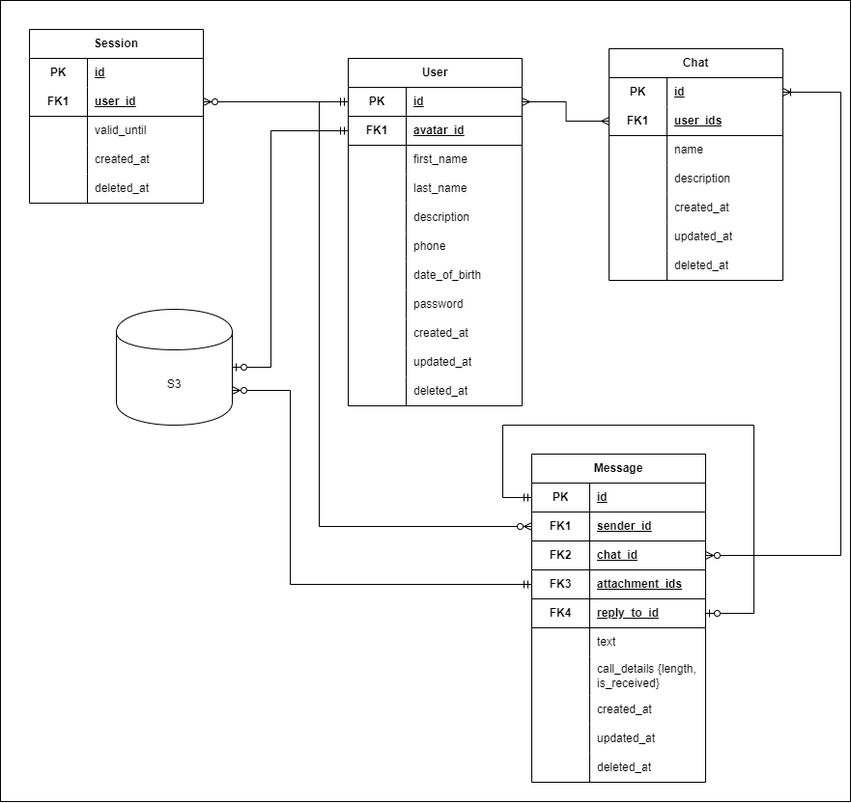
Before: db_logical_user.drawio.png, a diagram exported from draw.io (Petr09Mitin/technopark-highload-course-proj). Source tidied: cells renumbered, new cells last; positions are measured from the earlier drawing's top-left corner, leaving out a move shared by most shapes.
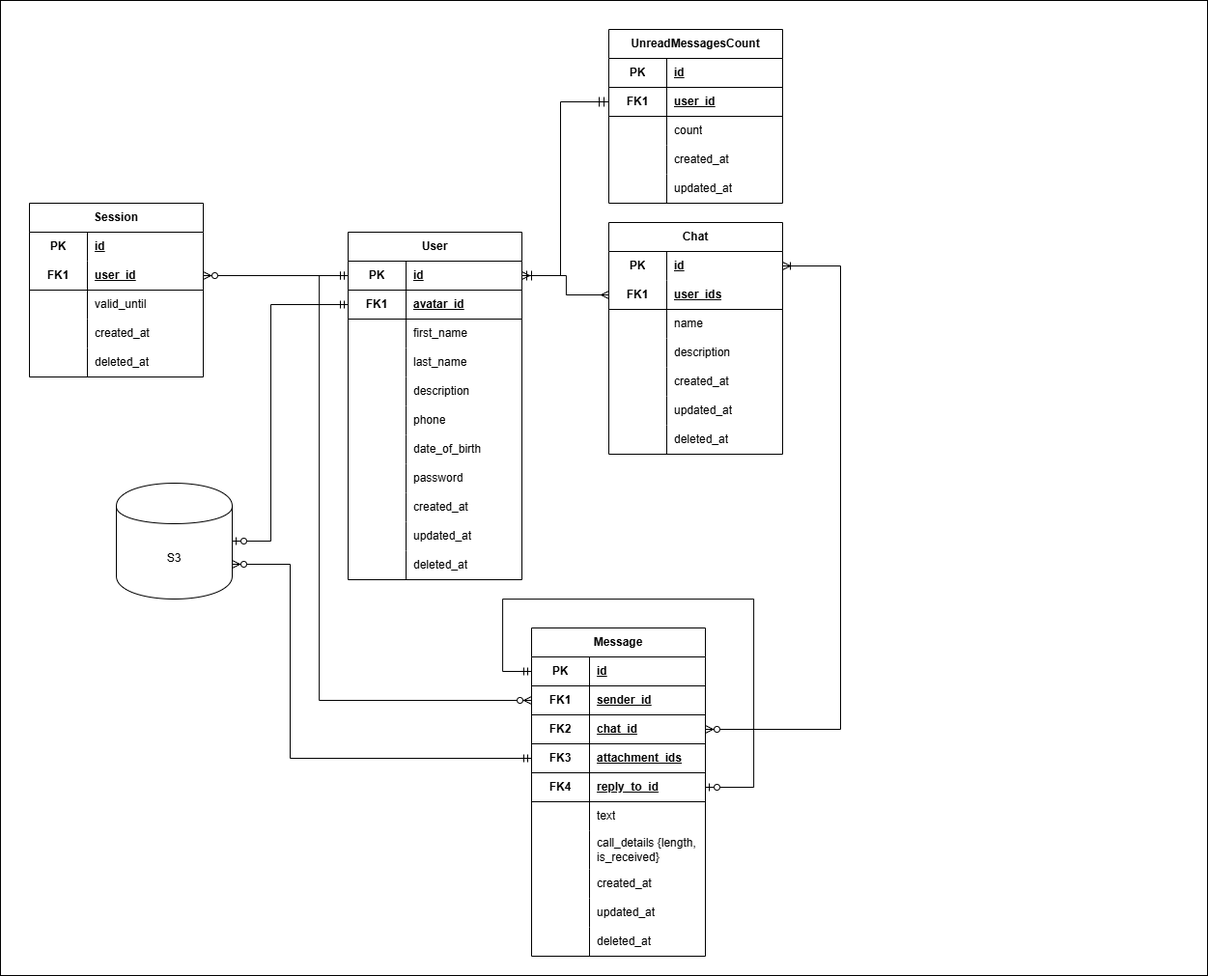
The same file after the commit.

Change to the diagram source:
```diff
@@ -3,7 +3,7 @@
     <mxCell id="0" />
     <mxCell id="1" parent="0" />
     <mxCell id="2" style="rounded=0;whiteSpace=wrap;html=1;" parent="1" vertex="1">
-      <mxGeometry width="880" height="830" as="geometry" />
+      <mxGeometry y="-180" width="1250" height="1010" as="geometry" />
     </mxCell>
     <mxCell id="3" value="User" style="shape=table;startSize=30;rowLines=0;fontStyle=1;align=center;html=1;whiteSpace=wrap;" parent="1" vertex="1">
       <mxGeometry x="360" y="60" width="180" height="360" as="geometry" />
@@ -372,5 +372,60 @@
     <mxCell id="113" style="edgeStyle=elbowEdgeStyle;fontSize=12;html=1;endArrow=ERmany;startArrow=ERmany;rounded=0;exitX=1;exitY=0.5;exitDx=0;exitDy=0;entryX=0;entryY=0.5;entryDx=0;entryDy=0;" parent="1" edge="1" source="4" target="73">
       <mxGeometry relative="1" as="geometry" />
     </mxCell>
+    <mxCell id="114" value="UnreadMessagesCount" style="shape=table;startSize=30;rowLines=0;fontStyle=1;align=center;html=1;whiteSpace=wrap;" parent="1" vertex="1">
+      <mxGeometry x="630" y="-150" width="180" height="180" as="geometry" />
+    </mxCell>
+    <mxCell id="115" style="shape=tableRow;horizontal=0;startSize=0;swimlaneHead=0;swimlaneBody=0;fillColor=none;top=0;left=0;right=0;bottom=1;html=1;" parent="114" vertex="1">
+      <mxGeometry y="30" width="180" height="30" as="geometry" />
+    </mxCell>
+    <mxCell id="116" value="PK" style="shape=partialRectangle;fillColor=none;top=0;left=0;bottom=0;right=0;fontStyle=1;overflow=hidden;html=1;whiteSpace=wrap;" parent="115" vertex="1">
+      <mxGeometry width="60" height="30" as="geometry" />
+    </mxCell>
+    <mxCell id="117" value="id" style="shape=partialRectangle;fillColor=none;top=0;left=0;bottom=0;right=0;align=left;spacingLeft=6;fontStyle=5;overflow=hidden;html=1;whiteSpace=wrap;" parent="115" vertex="1">
+      <mxGeometry x="60" width="120" height="30" as="geometry" />
+    </mxCell>
+    <mxCell id="118" style="shape=tableRow;horizontal=0;startSize=0;swimlaneHead=0;swimlaneBody=0;fillColor=none;points=[[0,0.5],[1,0.5]];portConstraint=eastwest;top=0;left=0;right=0;bottom=1;html=1;" parent="114" vertex="1">
+      <mxGeometry y="60" width="180" height="30" as="geometry" />
+    </mxCell>
+    <mxCell id="119" value="FK1" style="shape=partialRectangle;fillColor=none;top=0;left=0;bottom=0;right=0;fontStyle=1;overflow=hidden;html=1;whiteSpace=wrap;" parent="118" vertex="1">
+      <mxGeometry width="60" height="30" as="geometry" />
+    </mxCell>
+    <mxCell id="120" value="user_id" style="shape=partialRectangle;fillColor=none;top=0;left=0;bottom=0;right=0;align=left;spacingLeft=6;fontStyle=5;overflow=hidden;html=1;whiteSpace=wrap;" parent="118" vertex="1">
+      <mxGeometry x="60" width="120" height="30" as="geometry" />
+    </mxCell>
+    <mxCell id="121" style="shape=tableRow;horizontal=0;startSize=0;swimlaneHead=0;swimlaneBody=0;fillColor=none;top=0;left=0;right=0;bottom=0;html=1;" parent="114" vertex="1">
+      <mxGeometry y="90" width="180" height="30" as="geometry" />
+    </mxCell>
+    <mxCell id="122" style="shape=partialRectangle;fillColor=none;top=0;left=0;bottom=0;right=0;overflow=hidden;html=1;whiteSpace=wrap;" parent="121" vertex="1">
+      <mxGeometry width="60" height="30" as="geometry" />
+    </mxCell>
+    <mxCell id="123" value="count" style="shape=partialRectangle;fillColor=none;top=0;left=0;bottom=0;right=0;align=left;spacingLeft=6;overflow=hidden;html=1;whiteSpace=wrap;" parent="121" vertex="1">
+      <mxGeometry x="60" width="120" height="30" as="geometry" />
+    </mxCell>
+    <mxCell id="124" style="shape=tableRow;horizontal=0;startSize=0;swimlaneHead=0;swimlaneBody=0;fillColor=none;top=0;left=0;right=0;bottom=0;html=1;" parent="114" vertex="1">
+      <mxGeometry y="120" width="180" height="30" as="geometry" />
+    </mxCell>
+    <mxCell id="125" style="shape=partialRectangle;fillColor=none;top=0;left=0;bottom=0;right=0;overflow=hidden;html=1;whiteSpace=wrap;" parent="124" vertex="1">
+      <mxGeometry width="60" height="30" as="geometry" />
+    </mxCell>
+    <mxCell id="126" value="created_at" style="shape=partialRectangle;fillColor=none;top=0;left=0;bottom=0;right=0;align=left;spacingLeft=6;overflow=hidden;html=1;whiteSpace=wrap;" parent="124" vertex="1">
+      <mxGeometry x="60" width="120" height="30" as="geometry" />
+    </mxCell>
+    <mxCell id="127" style="shape=tableRow;horizontal=0;startSize=0;swimlaneHead=0;swimlaneBody=0;fillColor=none;top=0;left=0;right=0;bottom=0;html=1;" parent="114" vertex="1">
+      <mxGeometry y="150" width="180" height="30" as="geometry" />
+    </mxCell>
+    <mxCell id="128" style="shape=partialRectangle;fillColor=none;top=0;left=0;bottom=0;right=0;overflow=hidden;html=1;whiteSpace=wrap;" parent="127" vertex="1">
+      <mxGeometry width="60" height="30" as="geometry" />
+    </mxCell>
+    <mxCell id="129" value="updated_at" style="shape=partialRectangle;fillColor=none;top=0;left=0;bottom=0;right=0;align=left;spacingLeft=6;overflow=hidden;html=1;whiteSpace=wrap;" parent="127" vertex="1">
+      <mxGeometry x="60" width="120" height="30" as="geometry" />
+    </mxCell>
+    <mxCell id="130" style="edgeStyle=elbowEdgeStyle;fontSize=12;html=1;endArrow=ERmandOne;startArrow=ERmandOne;rounded=0;startSize=8;endSize=8;entryX=0;entryY=0.5;entryDx=0;entryDy=0;exitX=1;exitY=0.5;exitDx=0;exitDy=0;" parent="1" edge="1" source="4" target="118">
+      <mxGeometry relative="1" as="geometry">
+        <Array as="points">
+          <mxPoint x="580" y="20" />
+        </Array>
+      </mxGeometry>
+    </mxCell>
   </root>
 </mxGraphModel>
```
